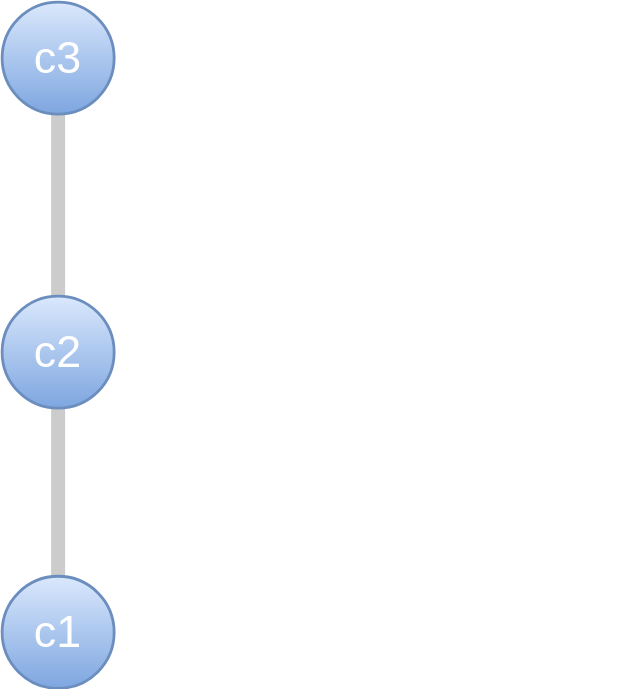
Earlier version of the draw.io export public/commit-graph.svg (BMW-lab-MSU/git-tutorial). Source tidied: cells renumbered, new cells last; positions are measured from the earlier drawing's top-left corner, leaving out a move shared by most shapes. Source of this version:
```xml
<mxGraphModel background="#333333">
  <root>
    <mxCell id="0" />
    <mxCell id="1" parent="0" />
    <mxCell id="2" style="edgeStyle=orthogonalEdgeStyle;rounded=1;jettySize=auto;html=1;exitX=0.5;exitY=0;exitDx=0;exitDy=0;entryX=0.5;entryY=1;entryDx=0;entryDy=0;fontSize=32;strokeWidth=10;strokeColor=#CCCCCC;endArrow=none;endFill=0;" parent="1" edge="1" source="3" target="5">
      <mxGeometry relative="1" as="geometry" />
    </mxCell>
    <mxCell id="3" value="c1" style="ellipse;whiteSpace=wrap;html=1;fillColor=#dae8fc;strokeColor=#6c8ebf;strokeWidth=2;fontSize=32;fontColor=#FFFFFF;gradientColor=#7ea6e0;" parent="1" vertex="1">
      <mxGeometry y="410" width="80" height="80" as="geometry" />
    </mxCell>
    <mxCell id="4" style="edgeStyle=orthogonalEdgeStyle;rounded=1;jettySize=auto;html=1;exitX=0.5;exitY=0;exitDx=0;exitDy=0;fontSize=32;strokeColor=#CCCCCC;strokeWidth=10;endArrow=none;endFill=0;" parent="1" edge="1" source="5" target="8">
      <mxGeometry relative="1" as="geometry" />
    </mxCell>
    <mxCell id="5" value="c2" style="ellipse;whiteSpace=wrap;html=1;fillColor=#dae8fc;strokeColor=#6c8ebf;strokeWidth=2;fontSize=32;fontColor=#FFFFFF;gradientColor=#7ea6e0;" parent="1" vertex="1">
      <mxGeometry y="210" width="80" height="80" as="geometry" />
    </mxCell>
    <mxCell id="6" value="initial commit" style="text;html=1;align=left;verticalAlign=middle;strokeColor=none;fillColor=none;fontSize=32;fontColor=#FFFFFF;" parent="1" vertex="1">
      <mxGeometry x="120" y="430" width="200" height="40" as="geometry" />
    </mxCell>
    <mxCell id="7" value="added fizbuzz function" style="text;html=1;align=left;verticalAlign=middle;strokeColor=none;fillColor=none;fontSize=32;fontColor=#FFFFFF;" parent="1" vertex="1">
      <mxGeometry x="110" y="230" width="330" height="40" as="geometry" />
    </mxCell>
    <mxCell id="8" value="c3" style="ellipse;whiteSpace=wrap;html=1;fillColor=#dae8fc;strokeColor=#6c8ebf;strokeWidth=2;fontSize=32;gradientColor=#7ea6e0;fontColor=#FFFFFF;" parent="1" vertex="1">
      <mxGeometry width="80" height="80" as="geometry" />
    </mxCell>
    <mxCell id="9" value="fixed bug in fizzbuzz" style="text;html=1;align=left;verticalAlign=middle;strokeColor=none;fillColor=none;fontSize=32;fontColor=#FFFFFF;" parent="1" vertex="1">
      <mxGeometry x="110" y="20" width="300" height="40" as="geometry" />
    </mxCell>
  </root>
</mxGraphModel>
```
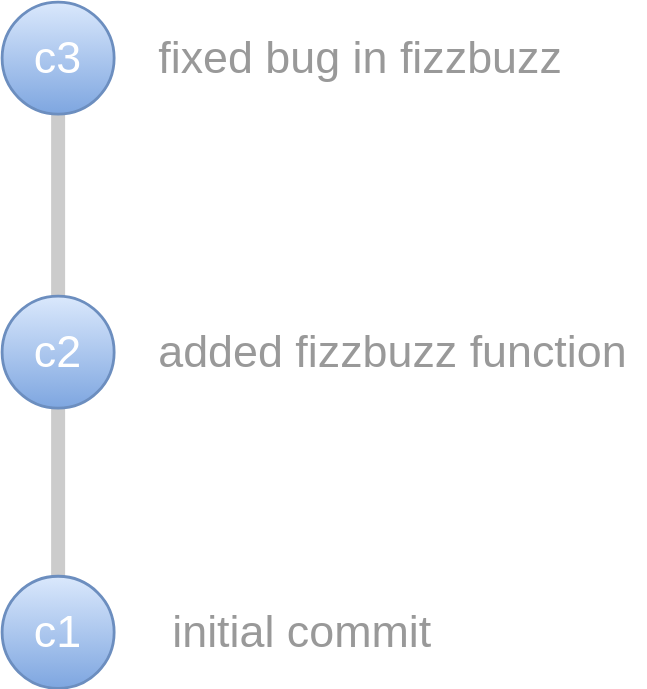
After the change.

The edit, as a diff of the source:
```diff
@@ -14,16 +14,16 @@
     <mxCell id="5" value="c2" style="ellipse;whiteSpace=wrap;html=1;fillColor=#dae8fc;strokeColor=#6c8ebf;strokeWidth=2;fontSize=32;fontColor=#FFFFFF;gradientColor=#7ea6e0;" parent="1" vertex="1">
       <mxGeometry y="210" width="80" height="80" as="geometry" />
     </mxCell>
-    <mxCell id="6" value="initial commit" style="text;html=1;align=left;verticalAlign=middle;strokeColor=none;fillColor=none;fontSize=32;fontColor=#FFFFFF;" parent="1" vertex="1">
+    <mxCell id="6" value="initial commit" style="text;html=1;align=left;verticalAlign=middle;strokeColor=none;fillColor=none;fontSize=32;fontColor=#999999;" parent="1" vertex="1">
       <mxGeometry x="120" y="430" width="200" height="40" as="geometry" />
     </mxCell>
-    <mxCell id="7" value="added fizbuzz function" style="text;html=1;align=left;verticalAlign=middle;strokeColor=none;fillColor=none;fontSize=32;fontColor=#FFFFFF;" parent="1" vertex="1">
-      <mxGeometry x="110" y="230" width="330" height="40" as="geometry" />
+    <mxCell id="7" value="added fizzbuzz function" style="text;html=1;align=left;verticalAlign=middle;strokeColor=none;fillColor=none;fontSize=32;fontColor=#999999;" parent="1" vertex="1">
+      <mxGeometry x="110" y="230" width="350" height="40" as="geometry" />
     </mxCell>
     <mxCell id="8" value="c3" style="ellipse;whiteSpace=wrap;html=1;fillColor=#dae8fc;strokeColor=#6c8ebf;strokeWidth=2;fontSize=32;gradientColor=#7ea6e0;fontColor=#FFFFFF;" parent="1" vertex="1">
       <mxGeometry width="80" height="80" as="geometry" />
     </mxCell>
-    <mxCell id="9" value="fixed bug in fizzbuzz" style="text;html=1;align=left;verticalAlign=middle;strokeColor=none;fillColor=none;fontSize=32;fontColor=#FFFFFF;" parent="1" vertex="1">
+    <mxCell id="9" value="fixed bug in fizzbuzz" style="text;html=1;align=left;verticalAlign=middle;strokeColor=none;fillColor=none;fontSize=32;fontColor=#999999;" parent="1" vertex="1">
       <mxGeometry x="110" y="20" width="300" height="40" as="geometry" />
     </mxCell>
   </root>
```
